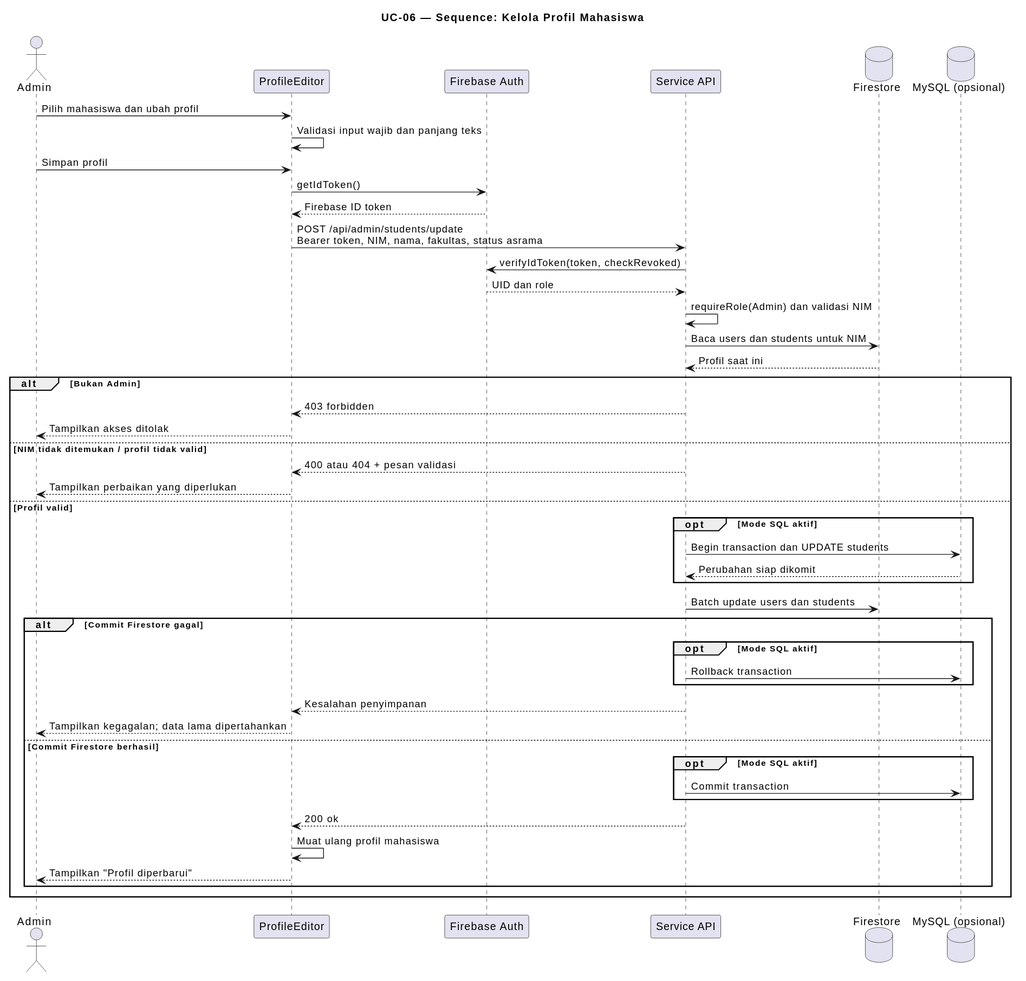
Earlier version of the PlantUML export docs/models/SANTAP_V1_2_PROFILE_SEQUENCE.svg (deedisini/santap-react).
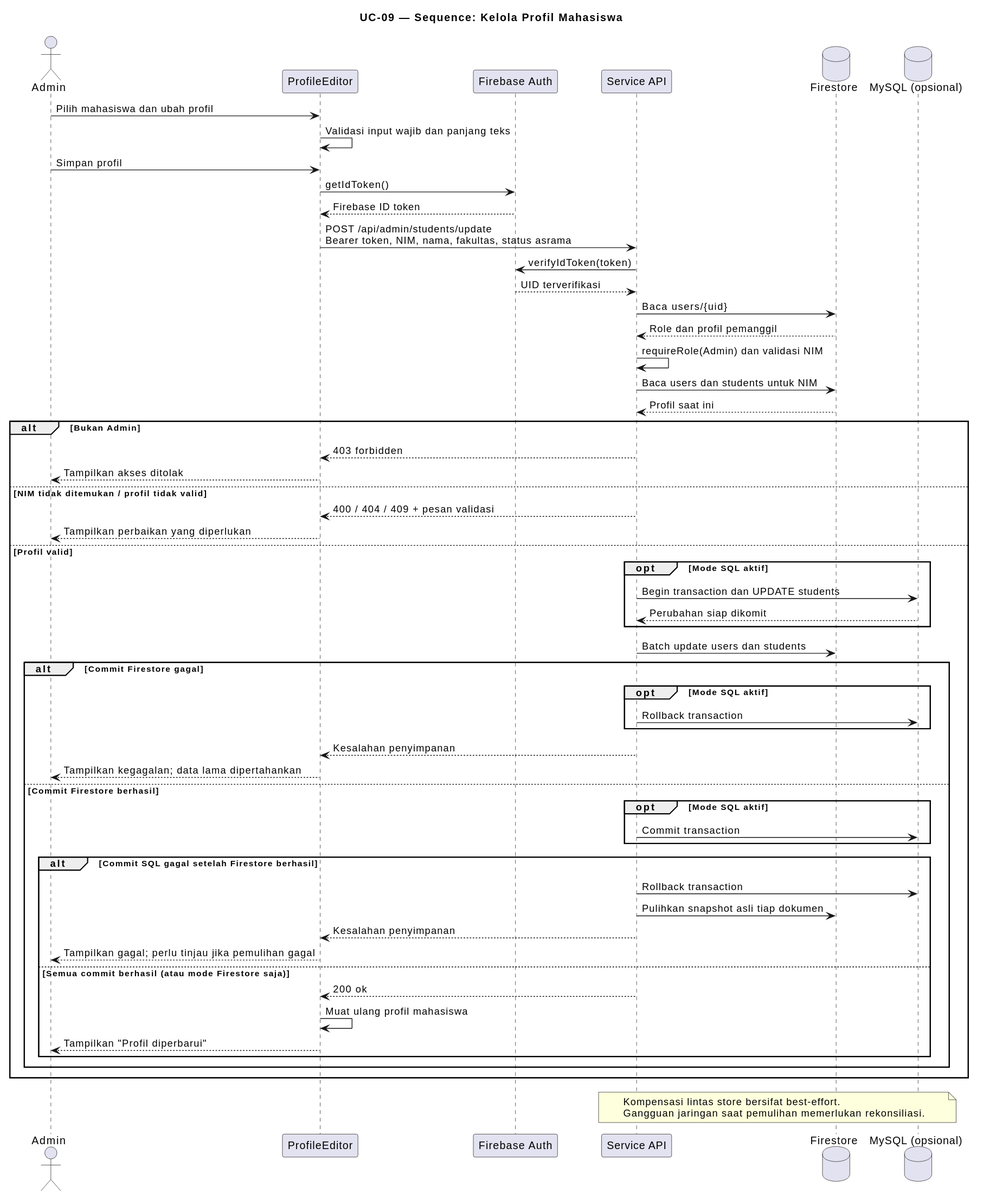
Above is the later version.

Diff of the diagram source:
```diff
@@ -1,5 +1,5 @@
 @startuml
-title UC-06 — Sequence: Kelola Profil Mahasiswa
+title UC-09 — Sequence: Kelola Profil Mahasiswa
 
 actor Admin
 participant "ProfileEditor" as UI
@@ -14,8 +14,10 @@
 UI -> Auth : getIdToken()
 Auth --> UI : Firebase ID token
 UI -> API : POST /api/admin/students/update\nBearer token, NIM, nama, fakultas, status asrama
-API -> Auth : verifyIdToken(token, checkRevoked)
-Auth --> API : UID dan role
+API -> Auth : verifyIdToken(token)
+Auth --> API : UID terverifikasi
+API -> DB : Baca users/{uid}
+DB --> API : Role dan profil pemanggil
 API -> API : requireRole(Admin) dan validasi NIM
 API -> DB : Baca users dan students untuk NIM
 DB --> API : Profil saat ini
@@ -24,7 +26,7 @@
   API --> UI : 403 forbidden
   UI --> Admin : Tampilkan akses ditolak
 else NIM tidak ditemukan / profil tidak valid
-  API --> UI : 400 atau 404 + pesan validasi
+  API --> UI : 400 / 404 / 409 + pesan validasi
   UI --> Admin : Tampilkan perbaikan yang diperlukan
 else Profil valid
   opt Mode SQL aktif
@@ -42,9 +44,20 @@
     opt Mode SQL aktif
       API -> SQL : Commit transaction
     end
-    API --> UI : 200 ok
-    UI -> UI : Muat ulang profil mahasiswa
-    UI --> Admin : Tampilkan "Profil diperbarui"
+    alt Commit SQL gagal setelah Firestore berhasil
+      API -> SQL : Rollback transaction
+      API -> DB : Pulihkan snapshot asli tiap dokumen
+      API --> UI : Kesalahan penyimpanan
+      UI --> Admin : Tampilkan gagal; perlu tinjau jika pemulihan gagal
+    else Semua commit berhasil (atau mode Firestore saja)
+      API --> UI : 200 ok
+      UI -> UI : Muat ulang profil mahasiswa
+      UI --> Admin : Tampilkan "Profil diperbarui"
+    end
   end
 end
+note over API, SQL
+  Kompensasi lintas store bersifat best-effort.
+  Gangguan jaringan saat pemulihan memerlukan rekonsiliasi.
+end note
 @enduml
```
